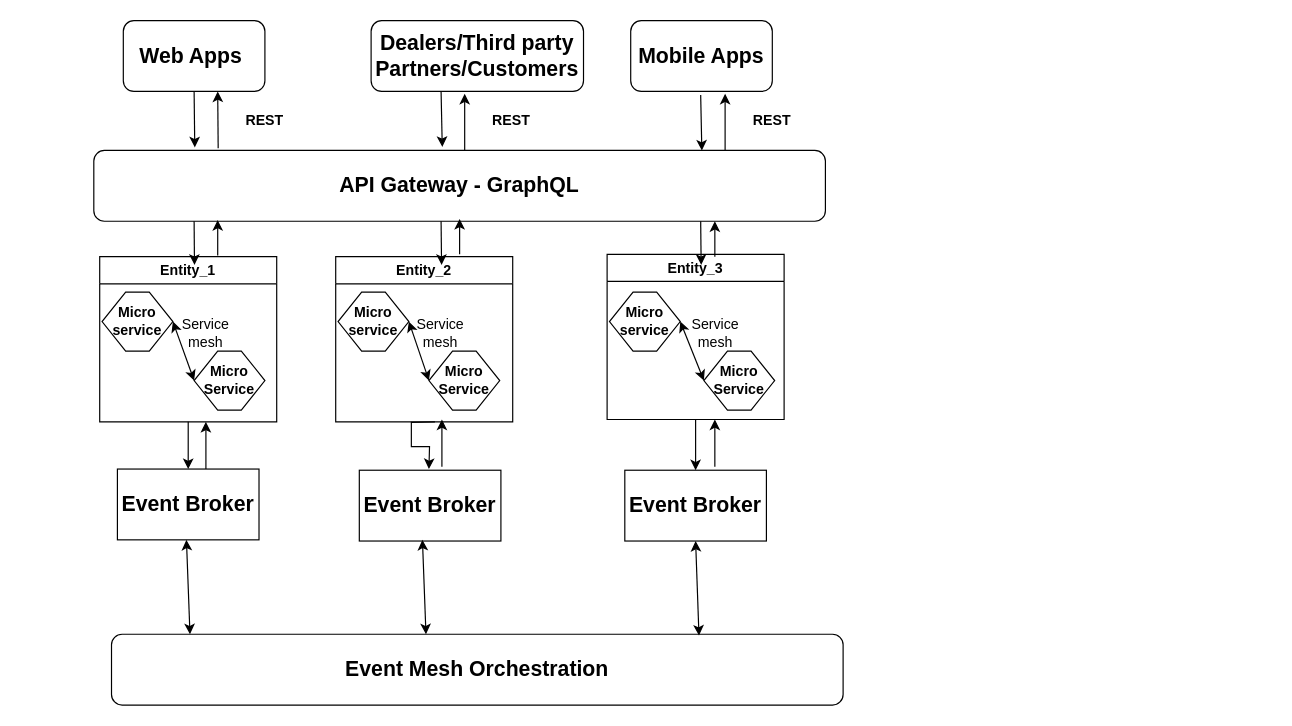
The draw.io diagram Untitled Diagram.drawio in atheeswaran/Dissertation_VehicleAPIPlatform, before the edit. Source tidied: cells renumbered, new cells numbered last; positions are measured from the earlier drawing's top-left corner, leaving out a move shared by most shapes. Both pictures are drawn from the tidied source at 118%, with x=0, y=0 at pixel (93, 20).
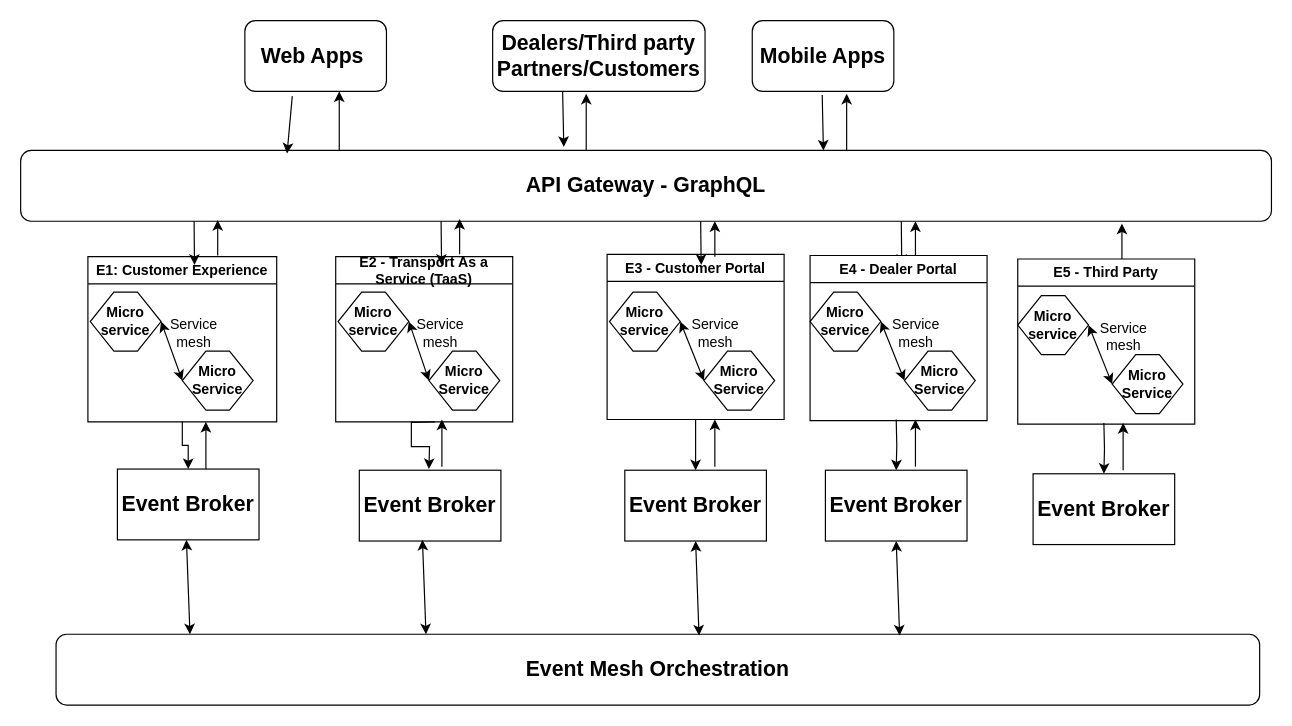
The same page after the edit.

Unchanged cells that the change refers to:
```xml
<mxCell id="19" value="&lt;b&gt;&lt;font style=&quot;font-size: 18px;&quot;&gt;Event Broker&lt;/font&gt;&lt;/b&gt;" style="rounded=0;whiteSpace=wrap;html=1;" parent="1" vertex="1">
  <mxGeometry x="450" y="381" width="120" height="60" as="geometry" />
</mxCell>
```

Diff of the diagram source:
```diff
@@
     <mxCell id="2" value="&lt;b&gt;&lt;font style=&quot;font-size: 18px;&quot;&gt;API Gateway - GraphQL&lt;/font&gt;&lt;/b&gt;" style="rounded=1;whiteSpace=wrap;html=1;" parent="1" vertex="1">
-      <mxGeometry y="110" width="620" height="60" as="geometry" />
+      <mxGeometry x="-62" y="110" width="1060" height="60" as="geometry" />
     </mxCell>
     <mxCell id="3" value="&lt;b&gt;&lt;font style=&quot;font-size: 18px;&quot;&gt;Web Apps&amp;nbsp;&lt;/font&gt;&lt;/b&gt;" style="rounded=1;whiteSpace=wrap;html=1;" parent="1" vertex="1">
-      <mxGeometry x="25" width="120" height="60" as="geometry" />
+      <mxGeometry x="128" width="120" height="60" as="geometry" />
     </mxCell>
     <mxCell id="4" value="&lt;font style=&quot;font-size: 18px;&quot;&gt;&lt;b&gt;Dealers/Third party Partners/Customers&lt;/b&gt;&lt;/font&gt;" style="rounded=1;whiteSpace=wrap;html=1;" parent="1" vertex="1">
-      <mxGeometry x="235" width="180" height="60" as="geometry" />
+      <mxGeometry x="338" width="180" height="60" as="geometry" />
     </mxCell>
     <mxCell id="5" value="&lt;b&gt;&lt;font style=&quot;font-size: 18px;&quot;&gt;Mobile Apps&lt;/font&gt;&lt;/b&gt;" style="rounded=1;whiteSpace=wrap;html=1;" parent="1" vertex="1">
-      <mxGeometry x="455" width="120" height="60" as="geometry" />
+      <mxGeometry x="558" width="120" height="60" as="geometry" />
     </mxCell>
@@
-    <mxCell id="7" value="Entity_1" style="swimlane;whiteSpace=wrap;html=1;" parent="1" vertex="1">
-      <mxGeometry x="5" y="200" width="150" height="140" as="geometry" />
+    <mxCell id="7" value="E1: Customer Experience" style="swimlane;whiteSpace=wrap;html=1;" parent="1" vertex="1">
+      <mxGeometry x="-5" y="200" width="160" height="140" as="geometry" />
     </mxCell>
@@
-    <mxCell id="13" value="Entity_2" style="swimlane;whiteSpace=wrap;html=1;" parent="1" vertex="1">
+    <mxCell id="13" value="E2 - Transport As a Service (TaaS)" style="swimlane;whiteSpace=wrap;html=1;" parent="1" vertex="1">
       <mxGeometry x="205" y="200" width="150" height="140" as="geometry" />
     </mxCell>
@@
-    <mxCell id="15" value="Entity_3" style="swimlane;whiteSpace=wrap;html=1;" parent="1" vertex="1">
+    <mxCell id="15" value="E3 - Customer Portal" style="swimlane;whiteSpace=wrap;html=1;" parent="1" vertex="1">
       <mxGeometry x="435" y="198" width="150" height="140" as="geometry" />
     </mxCell>
     <mxCell id="16" value="&lt;b&gt;&lt;font style=&quot;font-size: 18px;&quot;&gt;Event Mesh Orchestration&lt;/font&gt;&lt;/b&gt;" style="rounded=1;whiteSpace=wrap;html=1;" parent="1" vertex="1">
-      <mxGeometry x="15" y="520" width="620" height="60" as="geometry" />
+      <mxGeometry x="-32" y="520" width="1020" height="60" as="geometry" />
     </mxCell>
@@
-    <mxCell id="20" style="endArrow=classic;html=1;rounded=0;exitX=0.5;exitY=1;exitDx=0;exitDy=0;entryX=0.138;entryY=-0.043;entryDx=0;entryDy=0;entryPerimeter=0;" parent="1" edge="1" source="3" target="2">
+    <mxCell id="20" style="endArrow=classic;html=1;rounded=0;exitX=0.335;exitY=1.066;exitDx=0;exitDy=0;entryX=0.213;entryY=0.043;entryDx=0;entryDy=0;entryPerimeter=0;exitPerimeter=0;" parent="1" edge="1" source="3" target="2">
       <mxGeometry relative="1" as="geometry" />
     </mxCell>
     <mxCell id="21" style="endArrow=classic;html=1;rounded=0;exitX=0.5;exitY=1;exitDx=0;exitDy=0;entryX=0.138;entryY=-0.043;entryDx=0;entryDy=0;entryPerimeter=0;" parent="1" edge="1">
       <mxGeometry relative="1" as="geometry">
-        <mxPoint x="294.3" y="60" as="sourcePoint" />
-        <mxPoint x="295.3" y="107" as="targetPoint" />
+        <mxPoint x="397.3" y="60" as="sourcePoint" />
+        <mxPoint x="398.3" y="107" as="targetPoint" />
       </mxGeometry>
     </mxCell>
     <mxCell id="22" style="endArrow=classic;html=1;rounded=0;exitX=0.5;exitY=1;exitDx=0;exitDy=0;entryX=0.138;entryY=-0.043;entryDx=0;entryDy=0;entryPerimeter=0;" parent="1" edge="1">
       <mxGeometry relative="1" as="geometry">
-        <mxPoint x="514.3" y="63" as="sourcePoint" />
-        <mxPoint x="515.3" y="110" as="targetPoint" />
+        <mxPoint x="617.3" y="63" as="sourcePoint" />
+        <mxPoint x="618.3" y="110" as="targetPoint" />
       </mxGeometry>
     </mxCell>
@@
-    <mxCell id="26" style="endArrow=classic;html=1;rounded=0;entryX=0.178;entryY=-0.016;entryDx=0;entryDy=0;entryPerimeter=0;exitX=0.17;exitY=-0.03;exitDx=0;exitDy=0;exitPerimeter=0;" parent="1" edge="1" source="2">
+    <mxCell id="26" style="endArrow=classic;html=1;rounded=0;entryX=0.178;entryY=-0.016;entryDx=0;entryDy=0;entryPerimeter=0;" parent="1" edge="1">
       <mxGeometry relative="1" as="geometry">
-        <mxPoint x="105" y="60" as="targetPoint" />
+        <mxPoint x="208" y="110" as="sourcePoint" />
+        <mxPoint x="208" y="60" as="targetPoint" />
       </mxGeometry>
     </mxCell>
     <mxCell id="27" style="endArrow=classic;html=1;rounded=0;entryX=0.178;entryY=-0.016;entryDx=0;entryDy=0;entryPerimeter=0;exitX=0.17;exitY=-0.03;exitDx=0;exitDy=0;exitPerimeter=0;" parent="1" edge="1">
       <mxGeometry relative="1" as="geometry">
-        <mxPoint x="314.3" y="110" as="sourcePoint" />
-        <mxPoint x="314.3" y="62" as="targetPoint" />
+        <mxPoint x="417.3" y="110" as="sourcePoint" />
+        <mxPoint x="417.3" y="62" as="targetPoint" />
       </mxGeometry>
     </mxCell>
     <mxCell id="28" style="endArrow=classic;html=1;rounded=0;entryX=0.178;entryY=-0.016;entryDx=0;entryDy=0;entryPerimeter=0;exitX=0.17;exitY=-0.03;exitDx=0;exitDy=0;exitPerimeter=0;" parent="1" edge="1">
       <mxGeometry relative="1" as="geometry">
-        <mxPoint x="535" y="110" as="sourcePoint" />
-        <mxPoint x="535" y="62" as="targetPoint" />
+        <mxPoint x="638" y="110" as="sourcePoint" />
+        <mxPoint x="638" y="62" as="targetPoint" />
       </mxGeometry>
     </mxCell>
@@
-    <mxCell id="37" style="endArrow=classic;startArrow=classic;html=1;rounded=0;entryX=0.5;entryY=1;entryDx=0;entryDy=0;exitX=0.803;exitY=0.019;exitDx=0;exitDy=0;exitPerimeter=0;" parent="1" edge="1" source="16" target="19">
-      <mxGeometry relative="1" as="geometry" />
+    <mxCell id="37" style="endArrow=classic;startArrow=classic;html=1;rounded=0;entryX=0.5;entryY=1;entryDx=0;entryDy=0;exitX=0.803;exitY=0.019;exitDx=0;exitDy=0;exitPerimeter=0;" parent="1" edge="1" target="19">
+      <mxGeometry relative="1" as="geometry">
+        <mxPoint x="512.9" y="521.1" as="sourcePoint" />
+      </mxGeometry>
     </mxCell>
@@
-    <mxCell id="46" value="&lt;b&gt;REST&lt;/b&gt;" style="text;html=1;strokeColor=none;fillColor=none;align=center;verticalAlign=middle;whiteSpace=wrap;rounded=0;" parent="1" vertex="1">
-      <mxGeometry x="115" y="70" width="60" height="30" as="geometry" />
-    </mxCell>
-    <mxCell id="47" value="&lt;b&gt;REST&lt;/b&gt;" style="text;html=1;strokeColor=none;fillColor=none;align=center;verticalAlign=middle;whiteSpace=wrap;rounded=0;" parent="1" vertex="1">
-      <mxGeometry x="324" y="70" width="60" height="30" as="geometry" />
-    </mxCell>
-    <mxCell id="48" value="&lt;b&gt;REST&lt;/b&gt;" style="text;html=1;strokeColor=none;fillColor=none;align=center;verticalAlign=middle;whiteSpace=wrap;rounded=0;" parent="1" vertex="1">
-      <mxGeometry x="545" y="70" width="60" height="30" as="geometry" />
-    </mxCell>
+    <mxCell id="49" style="edgeStyle=orthogonalEdgeStyle;rounded=0;jettySize=auto;html=1;" parent="1" edge="1" target="50">
+      <mxGeometry relative="1" as="geometry">
+        <mxPoint x="680" y="338" as="sourcePoint" />
+      </mxGeometry>
+    </mxCell>
+    <mxCell id="50" value="&lt;b&gt;&lt;font style=&quot;font-size: 18px;&quot;&gt;Event Broker&lt;/font&gt;&lt;/b&gt;" style="rounded=0;whiteSpace=wrap;html=1;" parent="1" vertex="1">
+      <mxGeometry x="620" y="381" width="120" height="60" as="geometry" />
+    </mxCell>
+    <mxCell id="51" style="endArrow=classic;html=1;rounded=0;entryX=0.138;entryY=-0.043;entryDx=0;entryDy=0;entryPerimeter=0;" parent="1" edge="1">
+      <mxGeometry relative="1" as="geometry">
+        <mxPoint x="684.3" y="170" as="sourcePoint" />
+        <mxPoint x="684.7" y="207" as="targetPoint" />
+      </mxGeometry>
+    </mxCell>
+    <mxCell id="52" value="&lt;b&gt;Micro&lt;br&gt;service&lt;/b&gt;" style="shape=hexagon;perimeter=hexagonPerimeter2;whiteSpace=wrap;html=1;fixedSize=1;" parent="1" vertex="1">
+      <mxGeometry x="607" y="230" width="60" height="50" as="geometry" />
+    </mxCell>
+    <mxCell id="53" value="&lt;b&gt;Micro&lt;br&gt;Service&lt;/b&gt;" style="shape=hexagon;perimeter=hexagonPerimeter2;whiteSpace=wrap;html=1;fixedSize=1;" parent="1" vertex="1">
+      <mxGeometry x="687" y="280" width="60" height="50" as="geometry" />
+    </mxCell>
+    <mxCell id="54" style="endArrow=classic;startArrow=classic;html=1;rounded=0;exitX=1;exitY=0.5;exitDx=0;exitDy=0;entryX=0;entryY=0.5;entryDx=0;entryDy=0;" parent="1" edge="1" source="52" target="53">
+      <mxGeometry relative="1" as="geometry" />
+    </mxCell>
+    <mxCell id="55" value="Service mesh" style="text;html=1;strokeColor=none;fillColor=none;align=center;verticalAlign=middle;whiteSpace=wrap;rounded=0;" parent="1" vertex="1">
+      <mxGeometry x="667" y="250" width="60" height="30" as="geometry" />
+    </mxCell>
+    <mxCell id="56" style="endArrow=classic;startArrow=classic;html=1;rounded=0;entryX=0.5;entryY=1;entryDx=0;entryDy=0;exitX=0.803;exitY=0.019;exitDx=0;exitDy=0;exitPerimeter=0;" parent="1" edge="1" target="50">
+      <mxGeometry relative="1" as="geometry">
+        <mxPoint x="682.9" y="521.1" as="sourcePoint" />
+      </mxGeometry>
+    </mxCell>
+    <mxCell id="57" style="endArrow=classic;html=1;rounded=0;entryX=0.178;entryY=-0.016;entryDx=0;entryDy=0;entryPerimeter=0;" parent="1" edge="1">
+      <mxGeometry relative="1" as="geometry">
+        <mxPoint x="696.3" y="200" as="sourcePoint" />
+        <mxPoint x="696.3" y="170" as="targetPoint" />
+      </mxGeometry>
+    </mxCell>
+    <mxCell id="58" style="endArrow=classic;html=1;rounded=0;" parent="1" edge="1">
+      <mxGeometry relative="1" as="geometry">
+        <mxPoint x="696.3" y="378" as="sourcePoint" />
+        <mxPoint x="696.3" y="338" as="targetPoint" />
+      </mxGeometry>
+    </mxCell>
+    <mxCell id="59" value="E4 - Dealer Portal" style="swimlane;whiteSpace=wrap;html=1;" parent="1" vertex="1">
+      <mxGeometry x="607" y="199" width="150" height="140" as="geometry" />
+    </mxCell>
+    <mxCell id="60" style="edgeStyle=orthogonalEdgeStyle;rounded=0;jettySize=auto;html=1;" parent="1" edge="1" target="61">
+      <mxGeometry relative="1" as="geometry">
+        <mxPoint x="856" y="341" as="sourcePoint" />
+      </mxGeometry>
+    </mxCell>
+    <mxCell id="61" value="&lt;b&gt;&lt;font style=&quot;font-size: 18px;&quot;&gt;Event Broker&lt;/font&gt;&lt;/b&gt;" style="rounded=0;whiteSpace=wrap;html=1;" parent="1" vertex="1">
+      <mxGeometry x="796" y="384" width="120" height="60" as="geometry" />
+    </mxCell>
+    <mxCell id="62" value="&lt;b&gt;Micro&lt;br&gt;service&lt;/b&gt;" style="shape=hexagon;perimeter=hexagonPerimeter2;whiteSpace=wrap;html=1;fixedSize=1;" parent="1" vertex="1">
+      <mxGeometry x="783" y="233" width="60" height="50" as="geometry" />
+    </mxCell>
+    <mxCell id="63" value="&lt;b&gt;Micro&lt;br&gt;Service&lt;/b&gt;" style="shape=hexagon;perimeter=hexagonPerimeter2;whiteSpace=wrap;html=1;fixedSize=1;" parent="1" vertex="1">
+      <mxGeometry x="863" y="283" width="60" height="50" as="geometry" />
+    </mxCell>
+    <mxCell id="64" style="endArrow=classic;startArrow=classic;html=1;rounded=0;exitX=1;exitY=0.5;exitDx=0;exitDy=0;entryX=0;entryY=0.5;entryDx=0;entryDy=0;" parent="1" edge="1" source="62" target="63">
+      <mxGeometry relative="1" as="geometry" />
+    </mxCell>
+    <mxCell id="65" value="Service mesh" style="text;html=1;strokeColor=none;fillColor=none;align=center;verticalAlign=middle;whiteSpace=wrap;rounded=0;" parent="1" vertex="1">
+      <mxGeometry x="843" y="253" width="60" height="30" as="geometry" />
+    </mxCell>
+    <mxCell id="66" style="endArrow=classic;html=1;rounded=0;" parent="1" edge="1">
+      <mxGeometry relative="1" as="geometry">
+        <mxPoint x="872.3" y="381" as="sourcePoint" />
+        <mxPoint x="872.3" y="341" as="targetPoint" />
+      </mxGeometry>
+    </mxCell>
+    <mxCell id="67" value="E5 - Third Party" style="swimlane;whiteSpace=wrap;html=1;" parent="1" vertex="1">
+      <mxGeometry x="783" y="202" width="150" height="140" as="geometry" />
+    </mxCell>
+    <mxCell id="68" style="endArrow=classic;html=1;rounded=0;entryX=0.178;entryY=-0.016;entryDx=0;entryDy=0;entryPerimeter=0;" parent="1" edge="1">
+      <mxGeometry relative="1" as="geometry">
+        <mxPoint x="871.3" y="202" as="sourcePoint" />
+        <mxPoint x="871.3" y="172" as="targetPoint" />
+      </mxGeometry>
+    </mxCell>
```
